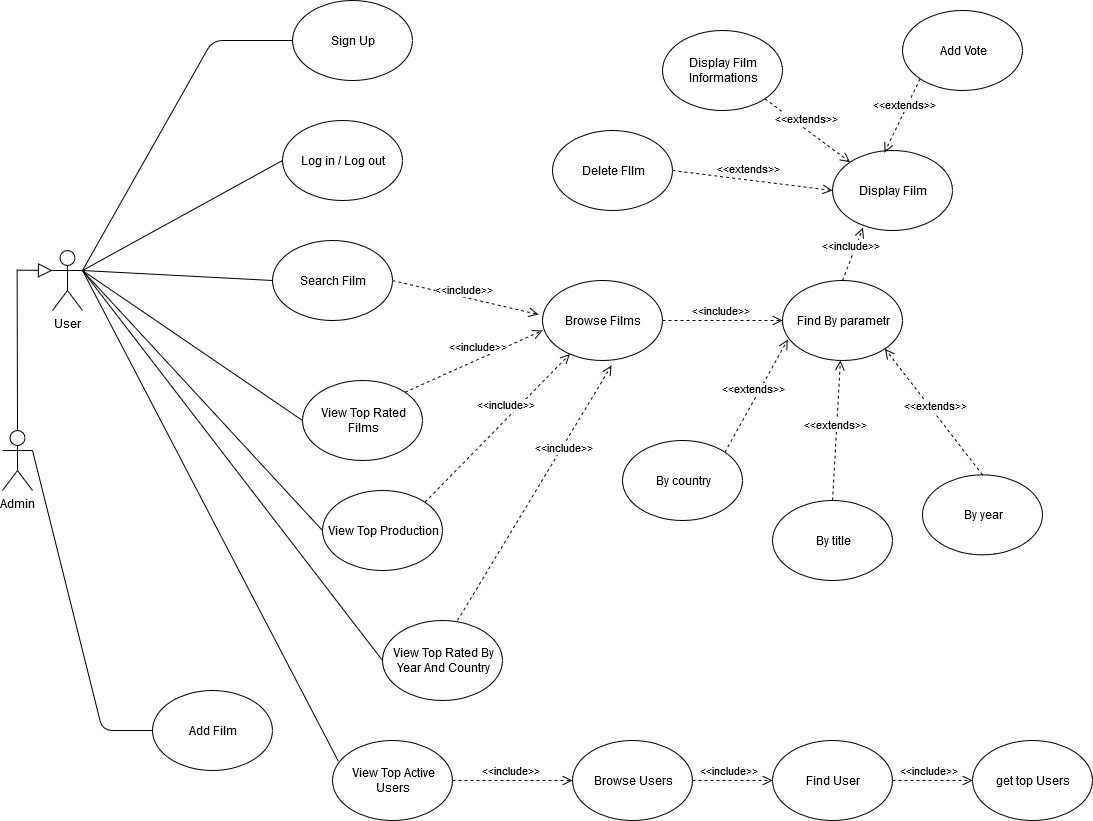
Geghi/Task2 keeps this draw.io diagram as doc/images/diagrams/UseCase.png. Above is the earlier version. Source tidied: cells renumbered, new cells last; positions are measured from the earlier drawing's top-left corner, leaving out a move shared by most shapes.
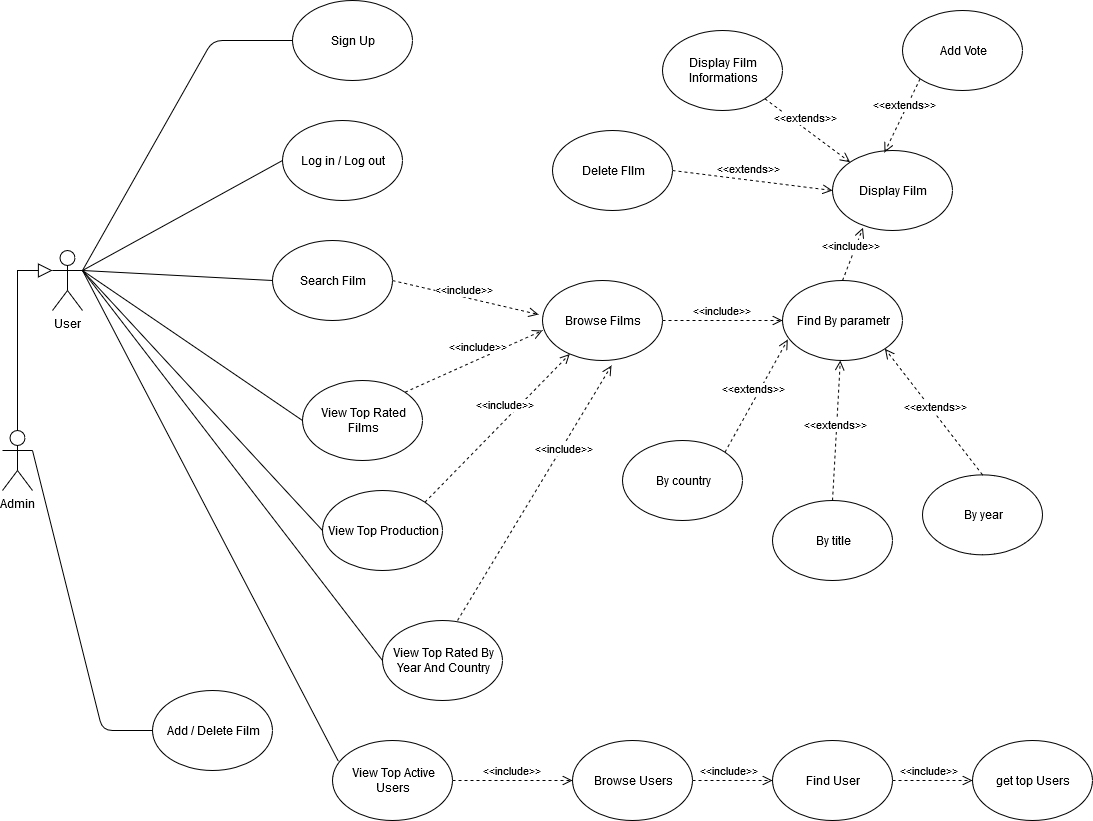
After the change.

Diff of the diagram source:
```diff
@@ -29,7 +29,7 @@
     <mxCell id="10" value="View Top Production" style="ellipse;whiteSpace=wrap;html=1;" parent="1" vertex="1">
       <mxGeometry x="320" y="490" width="120" height="80" as="geometry" />
     </mxCell>
-    <mxCell id="11" value="Add Film" style="ellipse;whiteSpace=wrap;html=1;" parent="1" vertex="1">
+    <mxCell id="11" value="Add / Delete Film" style="ellipse;whiteSpace=wrap;html=1;" parent="1" vertex="1">
       <mxGeometry x="150" y="690" width="120" height="80" as="geometry" />
     </mxCell>
     <mxCell id="12" style="endArrow=none;html=1;strokeWidth=1;entryX=0;entryY=0.5;entryDx=0;entryDy=0;exitX=1;exitY=0.3333333333333333;exitDx=0;exitDy=0;exitPerimeter=0;" parent="1" edge="1" source="4" target="11">
```
